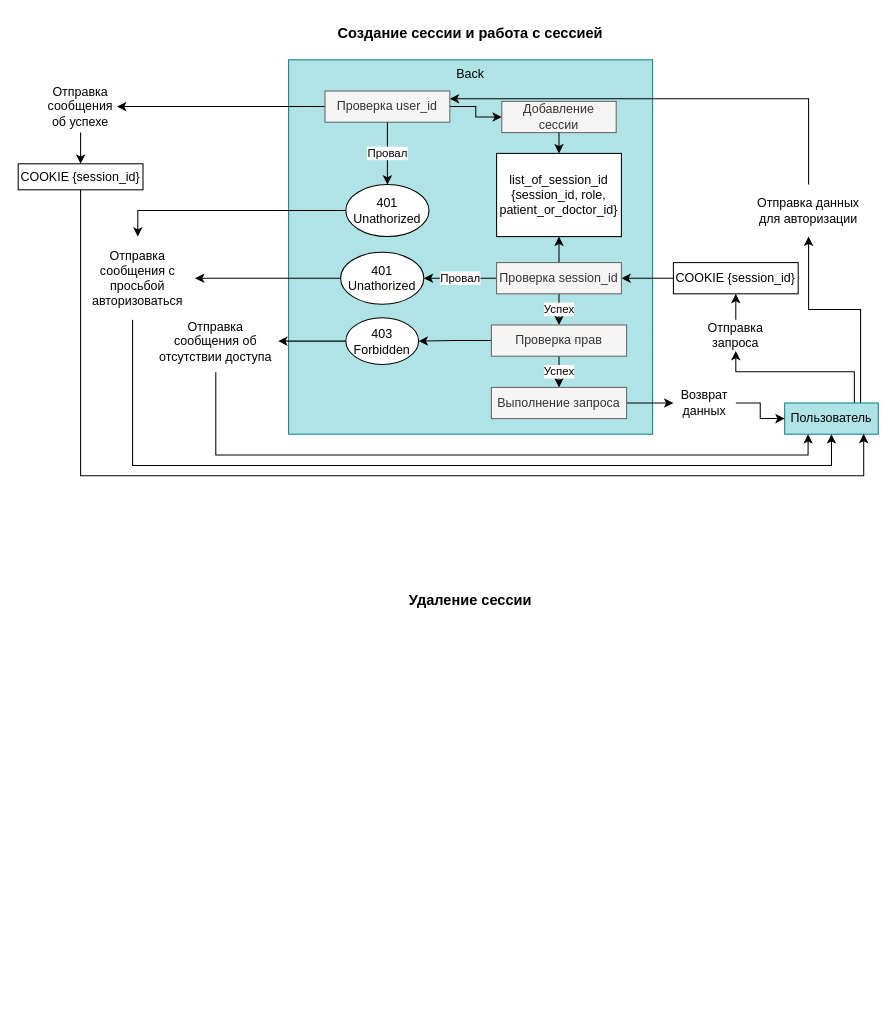
Above: page "Авторизация" (5 of 6) of Требования к проекту.drawio in Rubelewaskes/Hospital (draw.io), before the change. Source tidied: cells renumbered, new cells numbered last; positions are measured from the earlier drawing's top-left corner, leaving out a move shared by most shapes. Both pictures are drawn from the tidied source at 104%, with x=0, y=0 at pixel (18, 18).
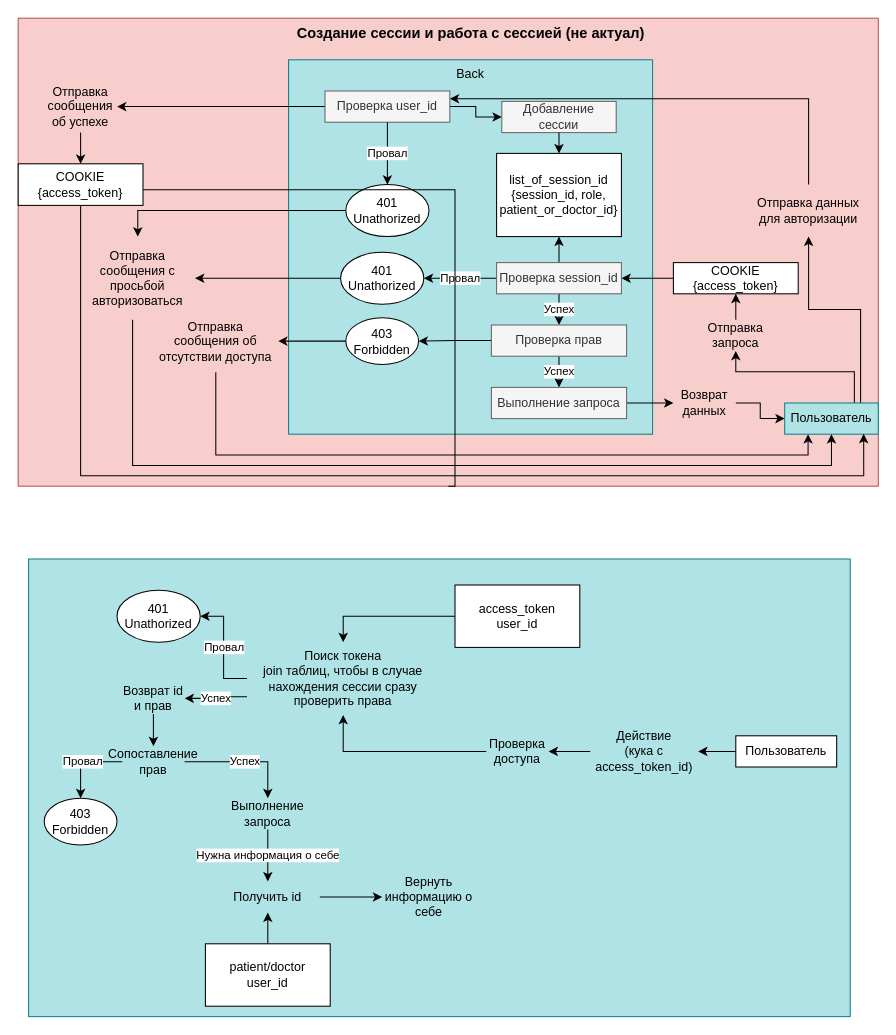
After the change.

The change refers to these unchanged cells:
```xml
<mxCell id="12" value="Пользователь" style="rounded=0;whiteSpace=wrap;html=1;fillColor=#b0e3e6;strokeColor=#0e8088;" parent="1" vertex="1">
  <mxGeometry x="737" y="370" width="90" height="30" as="geometry" />
</mxCell>
```

The edit, as a diff of the source:
```diff
@@
+    <mxCell id="46" style="rounded=0;whiteSpace=wrap;html=1;fillColor=#f8cecc;strokeColor=#b85450;" parent="1" vertex="1">
+      <mxGeometry width="827" height="450" as="geometry" />
+    </mxCell>
+    <mxCell id="47" style="rounded=0;whiteSpace=wrap;html=1;fillColor=#b0e3e6;strokeColor=#0e8088;" parent="1" vertex="1">
+      <mxGeometry x="10" y="520" width="790" height="440" as="geometry" />
+    </mxCell>
@@
-    <mxCell id="4" value="COOKIE {session_id}" style="rounded=0;whiteSpace=wrap;html=1;" parent="1" vertex="1">
+    <mxCell id="4" value="COOKIE {access_token}" style="rounded=0;whiteSpace=wrap;html=1;" parent="1" vertex="1">
       <mxGeometry x="630" y="235" width="120" height="30" as="geometry" />
     </mxCell>
@@
-    <mxCell id="42" style="edgeStyle=orthogonalEdgeStyle;rounded=0;jettySize=auto;html=1;entryX=0.844;entryY=0.987;entryDx=0;entryDy=0;entryPerimeter=0;exitX=0.5;exitY=1;exitDx=0;exitDy=0;" parent="1" edge="1" source="43" target="12">
+    <mxCell id="42" style="edgeStyle=orthogonalEdgeStyle;rounded=0;jettySize=auto;html=1;entryX=0.844;entryY=0.987;entryDx=0;entryDy=0;entryPerimeter=0;exitX=0.5;exitY=1;exitDx=0;exitDy=0;startArrow=none;" parent="1" edge="1" source="46" target="12">
       <mxGeometry relative="1" as="geometry">
         <Array as="points">
+          <mxPoint x="420" y="165" />
           <mxPoint x="60" y="165" />
           <mxPoint x="60" y="440" />
-          <mxPoint x="835" y="440" />
+          <mxPoint x="813" y="440" />
         </Array>
       </mxGeometry>
     </mxCell>
-    <mxCell id="43" value="COOKIE {session_id}" style="rounded=0;whiteSpace=wrap;html=1;" parent="1" vertex="1">
-      <mxGeometry y="140" width="120" height="25" as="geometry" />
+    <mxCell id="43" value="COOKIE {access_token}" style="rounded=0;whiteSpace=wrap;html=1;" parent="1" vertex="1">
+      <mxGeometry y="140" width="120" height="40" as="geometry" />
     </mxCell>
-    <mxCell id="44" value="Создание сессии и работа с сессией" style="text;html=1;strokeColor=none;fillColor=none;align=center;verticalAlign=middle;whiteSpace=wrap;rounded=0;fontStyle=1;fontSize=14;" parent="1" vertex="1">
-      <mxGeometry x="301.2" width="267.5" height="30" as="geometry" />
+    <mxCell id="44" value="Создание сессии и работа с сессией (не актуал)" style="text;html=1;strokeColor=none;fillColor=none;align=center;verticalAlign=middle;whiteSpace=wrap;rounded=0;fontStyle=1;fontSize=14;" parent="1" vertex="1">
+      <mxGeometry x="235.6" width="398.8" height="30" as="geometry" />
     </mxCell>
-    <mxCell id="45" value="Удаление сессии" style="text;html=1;strokeColor=none;fillColor=none;align=center;verticalAlign=middle;whiteSpace=wrap;rounded=0;fontStyle=1;fontSize=14;" parent="1" vertex="1">
-      <mxGeometry x="301.2" y="545" width="267.5" height="30" as="geometry" />
-    </mxCell>
+    <mxCell id="48" style="edgeStyle=orthogonalEdgeStyle;rounded=0;jettySize=auto;html=1;entryX=0.5;entryY=1;entryDx=0;entryDy=0;" parent="1" edge="1" source="49" target="71">
+      <mxGeometry relative="1" as="geometry" />
+    </mxCell>
+    <mxCell id="49" value="patient/doctor&lt;br&gt;user_id" style="rounded=0;whiteSpace=wrap;html=1;" parent="1" vertex="1">
+      <mxGeometry x="180" y="890" width="120" height="60" as="geometry" />
+    </mxCell>
+    <mxCell id="50" style="edgeStyle=orthogonalEdgeStyle;rounded=0;jettySize=auto;html=1;entryX=1;entryY=0.5;entryDx=0;entryDy=0;" parent="1" edge="1" source="51" target="55">
+      <mxGeometry relative="1" as="geometry" />
+    </mxCell>
+    <mxCell id="51" value="Действие&lt;br&gt;(кука с access_token_id)" style="text;html=1;strokeColor=none;fillColor=none;align=center;verticalAlign=middle;whiteSpace=wrap;rounded=0;" parent="1" vertex="1">
+      <mxGeometry x="550" y="680" width="103.8" height="50" as="geometry" />
+    </mxCell>
+    <mxCell id="52" style="edgeStyle=orthogonalEdgeStyle;rounded=0;jettySize=auto;html=1;entryX=1;entryY=0.5;entryDx=0;entryDy=0;" parent="1" edge="1" source="53" target="51">
+      <mxGeometry relative="1" as="geometry" />
+    </mxCell>
+    <mxCell id="53" value="Пользователь" style="rounded=0;whiteSpace=wrap;html=1;" parent="1" vertex="1">
+      <mxGeometry x="690" y="690" width="97" height="30" as="geometry" />
+    </mxCell>
+    <mxCell id="54" style="edgeStyle=orthogonalEdgeStyle;rounded=0;jettySize=auto;html=1;entryX=0.5;entryY=1;entryDx=0;entryDy=0;" parent="1" edge="1" source="55" target="60">
+      <mxGeometry relative="1" as="geometry" />
+    </mxCell>
+    <mxCell id="55" value="Проверка доступа" style="text;html=1;strokeColor=none;fillColor=none;align=center;verticalAlign=middle;whiteSpace=wrap;rounded=0;" parent="1" vertex="1">
+      <mxGeometry x="450" y="690" width="60" height="30" as="geometry" />
+    </mxCell>
+    <mxCell id="56" style="edgeStyle=orthogonalEdgeStyle;rounded=0;jettySize=auto;html=1;entryX=0.5;entryY=0;entryDx=0;entryDy=0;" parent="1" edge="1" source="57" target="60">
+      <mxGeometry relative="1" as="geometry" />
+    </mxCell>
+    <mxCell id="57" value="access_token&lt;br&gt;user_id" style="rounded=0;whiteSpace=wrap;html=1;" parent="1" vertex="1">
+      <mxGeometry x="420" y="545" width="120" height="60" as="geometry" />
+    </mxCell>
+    <mxCell id="58" value="Успех" style="edgeStyle=orthogonalEdgeStyle;rounded=0;jettySize=auto;html=1;entryX=1;entryY=0.5;entryDx=0;entryDy=0;exitX=0;exitY=0.75;exitDx=0;exitDy=0;" parent="1" edge="1" source="60" target="62">
+      <mxGeometry relative="1" as="geometry" />
+    </mxCell>
+    <mxCell id="59" value="Провал" style="edgeStyle=orthogonalEdgeStyle;rounded=0;jettySize=auto;html=1;entryX=1;entryY=0.5;entryDx=0;entryDy=0;" parent="1" edge="1" source="60" target="68">
+      <mxGeometry relative="1" as="geometry" />
+    </mxCell>
+    <mxCell id="60" value="Поиск токена&lt;br&gt;join таблиц, чтобы в случае нахождения сессии сразу проверить права" style="text;html=1;strokeColor=none;fillColor=none;align=center;verticalAlign=middle;whiteSpace=wrap;rounded=0;" parent="1" vertex="1">
+      <mxGeometry x="220" y="600" width="185" height="70" as="geometry" />
+    </mxCell>
+    <mxCell id="61" style="edgeStyle=orthogonalEdgeStyle;rounded=0;jettySize=auto;html=1;entryX=0.5;entryY=0;entryDx=0;entryDy=0;" parent="1" edge="1" source="62" target="65">
+      <mxGeometry relative="1" as="geometry" />
+    </mxCell>
+    <mxCell id="62" value="Возврат id и прав" style="text;html=1;strokeColor=none;fillColor=none;align=center;verticalAlign=middle;whiteSpace=wrap;rounded=0;" parent="1" vertex="1">
+      <mxGeometry x="100" y="639" width="60" height="30" as="geometry" />
+    </mxCell>
+    <mxCell id="63" value="Успех" style="edgeStyle=orthogonalEdgeStyle;rounded=0;jettySize=auto;html=1;entryX=0.5;entryY=0;entryDx=0;entryDy=0;" parent="1" edge="1" source="65" target="67">
+      <mxGeometry relative="1" as="geometry" />
+    </mxCell>
+    <mxCell id="64" value="Провал" style="edgeStyle=orthogonalEdgeStyle;rounded=0;jettySize=auto;html=1;entryX=0.5;entryY=0;entryDx=0;entryDy=0;" parent="1" edge="1" source="65" target="69">
+      <mxGeometry relative="1" as="geometry" />
+    </mxCell>
+    <mxCell id="65" value="Сопоставление прав" style="text;html=1;strokeColor=none;fillColor=none;align=center;verticalAlign=middle;whiteSpace=wrap;rounded=0;" parent="1" vertex="1">
+      <mxGeometry x="100" y="700" width="60" height="30" as="geometry" />
+    </mxCell>
+    <mxCell id="66" value="Нужна информация о себе" style="edgeStyle=orthogonalEdgeStyle;rounded=0;jettySize=auto;html=1;entryX=0.5;entryY=0;entryDx=0;entryDy=0;" parent="1" edge="1" source="67" target="71">
+      <mxGeometry relative="1" as="geometry" />
+    </mxCell>
+    <mxCell id="67" value="Выполнение запроса" style="text;html=1;strokeColor=none;fillColor=none;align=center;verticalAlign=middle;whiteSpace=wrap;rounded=0;" parent="1" vertex="1">
+      <mxGeometry x="210" y="750" width="60" height="30" as="geometry" />
+    </mxCell>
+    <mxCell id="68" value="401 Unathorized" style="ellipse;whiteSpace=wrap;html=1;" parent="1" vertex="1">
+      <mxGeometry x="95" y="550" width="80" height="50" as="geometry" />
+    </mxCell>
+    <mxCell id="69" value="403 Forbidden" style="ellipse;whiteSpace=wrap;html=1;" parent="1" vertex="1">
+      <mxGeometry x="25" y="750" width="70" height="45" as="geometry" />
+    </mxCell>
+    <mxCell id="70" style="edgeStyle=orthogonalEdgeStyle;rounded=0;jettySize=auto;html=1;entryX=0;entryY=0.5;entryDx=0;entryDy=0;" parent="1" edge="1" source="71" target="72">
+      <mxGeometry relative="1" as="geometry" />
+    </mxCell>
+    <mxCell id="71" value="Получить id" style="text;html=1;strokeColor=none;fillColor=none;align=center;verticalAlign=middle;whiteSpace=wrap;rounded=0;" parent="1" vertex="1">
+      <mxGeometry x="190" y="830" width="100" height="30" as="geometry" />
+    </mxCell>
+    <mxCell id="72" value="Вернуть информацию о себе" style="text;html=1;strokeColor=none;fillColor=none;align=center;verticalAlign=middle;whiteSpace=wrap;rounded=0;" parent="1" vertex="1">
+      <mxGeometry x="350" y="825" width="90" height="40" as="geometry" />
+    </mxCell>
```
